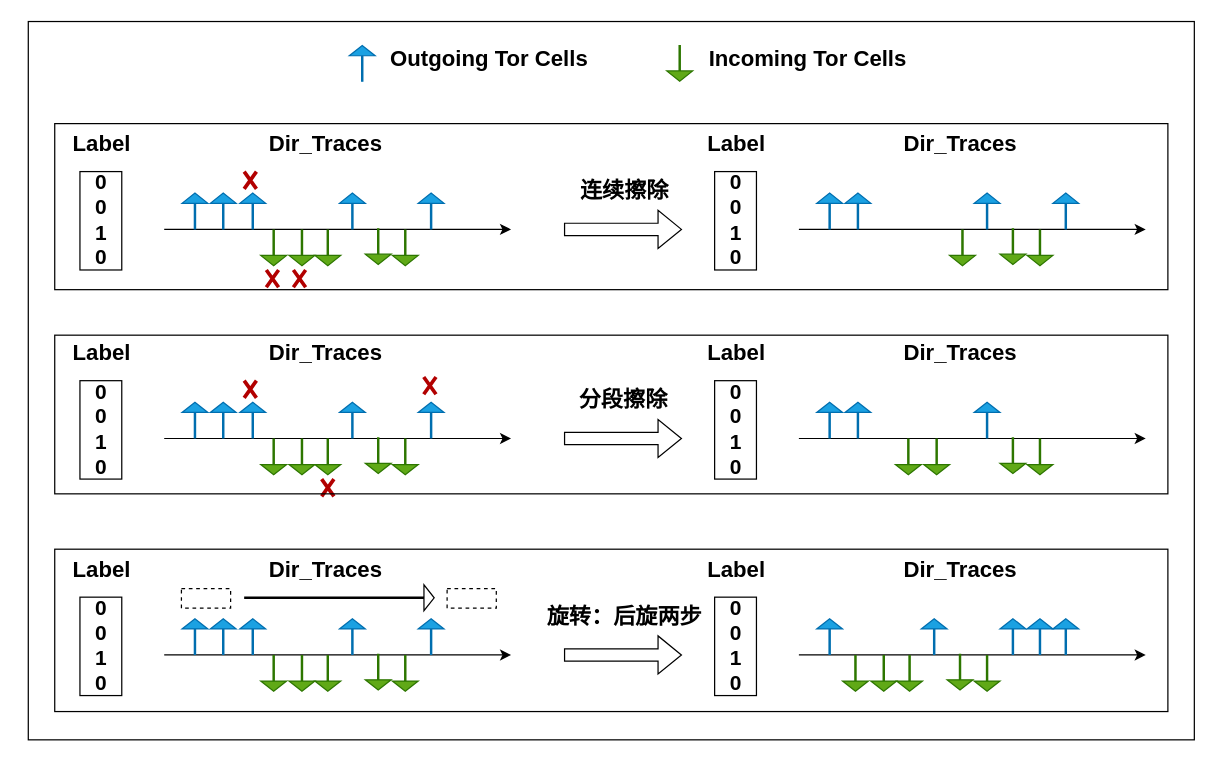
lilang0710/ll keeps this draw.io diagram as 空间数据增强.drawio. Above is the earlier version. Source tidied: cells renumbered, new cells numbered last; positions are measured from the earlier drawing's top-left corner, leaving out a move shared by most shapes. Both pictures are drawn from the tidied source at 123%, with x=0, y=0 at pixel (27, 21).
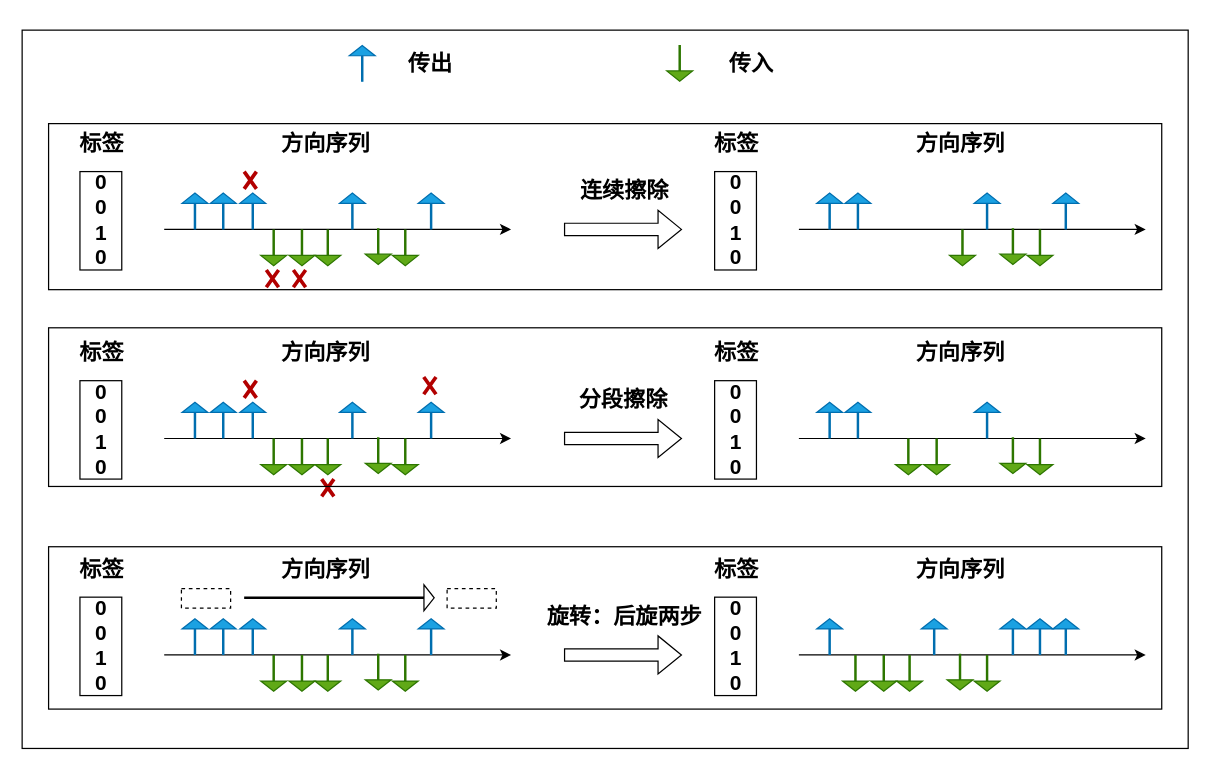
The same diagram, later.

Commit message:
更新空间数据增强.drawio

Change to the diagram source:
```diff
@@
-    <mxCell id="15" value="&lt;font size=&quot;1&quot;&gt;&lt;b&gt;&lt;font style=&quot;font-size: 18px;&quot;&gt;Dir_Traces&lt;/font&gt;&lt;/b&gt;&lt;/font&gt;" style="text;html=1;align=center;verticalAlign=middle;strokeColor=none;fillColor=none;" parent="1" vertex="1">
-      <mxGeometry x="187" y="253" width="110" height="34" as="geometry" />
+    <mxCell id="15" value="&lt;font size=&quot;1&quot;&gt;&lt;b&gt;&lt;font style=&quot;font-size: 18px;&quot;&gt;方向序列&lt;/font&gt;&lt;/b&gt;&lt;/font&gt;" style="text;html=1;align=center;verticalAlign=middle;strokeColor=none;fillColor=none;" parent="1" vertex="1">
+      <mxGeometry x="197" y="253" width="90" height="34" as="geometry" />
     </mxCell>
-    <mxCell id="16" value="&lt;font size=&quot;1&quot;&gt;&lt;b&gt;&lt;font style=&quot;font-size: 18px;&quot;&gt;Label&lt;/font&gt;&lt;/b&gt;&lt;/font&gt;" style="text;html=1;align=center;verticalAlign=middle;strokeColor=none;fillColor=none;" parent="1" vertex="1">
-      <mxGeometry x="27" y="253" width="65" height="34" as="geometry" />
+    <mxCell id="16" value="&lt;font size=&quot;1&quot;&gt;&lt;b&gt;&lt;font style=&quot;font-size: 18px;&quot;&gt;标签&lt;/font&gt;&lt;/b&gt;&lt;/font&gt;" style="text;html=1;align=center;verticalAlign=middle;strokeColor=none;fillColor=none;" parent="1" vertex="1">
+      <mxGeometry x="33" y="253" width="54" height="34" as="geometry" />
     </mxCell>
@@
-    <mxCell id="29" value="&lt;font size=&quot;1&quot;&gt;&lt;b&gt;&lt;font style=&quot;font-size: 18px;&quot;&gt;Dir_Traces&lt;/font&gt;&lt;/b&gt;&lt;/font&gt;" style="text;html=1;align=center;verticalAlign=middle;strokeColor=none;fillColor=none;" parent="1" vertex="1">
-      <mxGeometry x="703" y="253" width="110" height="34" as="geometry" />
+    <mxCell id="29" value="&lt;font size=&quot;1&quot;&gt;&lt;b&gt;&lt;font style=&quot;font-size: 18px;&quot;&gt;方向序列&lt;/font&gt;&lt;/b&gt;&lt;/font&gt;" style="text;html=1;align=center;verticalAlign=middle;strokeColor=none;fillColor=none;" parent="1" vertex="1">
+      <mxGeometry x="713" y="253" width="90" height="34" as="geometry" />
     </mxCell>
-    <mxCell id="30" value="&lt;font size=&quot;1&quot;&gt;&lt;b&gt;&lt;font style=&quot;font-size: 18px;&quot;&gt;Label&lt;/font&gt;&lt;/b&gt;&lt;/font&gt;" style="text;html=1;align=center;verticalAlign=middle;strokeColor=none;fillColor=none;" parent="1" vertex="1">
-      <mxGeometry x="543" y="253" width="65" height="34" as="geometry" />
+    <mxCell id="30" value="&lt;font size=&quot;1&quot;&gt;&lt;b&gt;&lt;font style=&quot;font-size: 18px;&quot;&gt;标签&lt;/font&gt;&lt;/b&gt;&lt;/font&gt;" style="text;html=1;align=center;verticalAlign=middle;strokeColor=none;fillColor=none;" parent="1" vertex="1">
+      <mxGeometry x="549" y="253" width="54" height="34" as="geometry" />
     </mxCell>
@@
-    <mxCell id="45" value="&lt;font size=&quot;1&quot;&gt;&lt;b&gt;&lt;font style=&quot;font-size: 18px;&quot;&gt;Dir_Traces&lt;/font&gt;&lt;/b&gt;&lt;/font&gt;" style="text;html=1;align=center;verticalAlign=middle;strokeColor=none;fillColor=none;" parent="1" vertex="1">
-      <mxGeometry x="187" y="83" width="110" height="34" as="geometry" />
+    <mxCell id="45" value="&lt;font size=&quot;1&quot;&gt;&lt;b&gt;&lt;font style=&quot;font-size: 18px;&quot;&gt;方向序列&lt;/font&gt;&lt;/b&gt;&lt;/font&gt;" style="text;html=1;align=center;verticalAlign=middle;strokeColor=none;fillColor=none;" parent="1" vertex="1">
+      <mxGeometry x="197" y="83" width="90" height="34" as="geometry" />
     </mxCell>
-    <mxCell id="46" value="&lt;font size=&quot;1&quot;&gt;&lt;b&gt;&lt;font style=&quot;font-size: 18px;&quot;&gt;Label&lt;/font&gt;&lt;/b&gt;&lt;/font&gt;" style="text;html=1;align=center;verticalAlign=middle;strokeColor=none;fillColor=none;" parent="1" vertex="1">
-      <mxGeometry x="27" y="83" width="65" height="34" as="geometry" />
+    <mxCell id="46" value="&lt;font size=&quot;1&quot;&gt;&lt;b&gt;&lt;font style=&quot;font-size: 18px;&quot;&gt;标签&lt;/font&gt;&lt;/b&gt;&lt;/font&gt;" style="text;html=1;align=center;verticalAlign=middle;strokeColor=none;fillColor=none;" parent="1" vertex="1">
+      <mxGeometry x="33" y="83" width="54" height="34" as="geometry" />
     </mxCell>
@@
-    <mxCell id="58" value="&lt;font size=&quot;1&quot;&gt;&lt;b&gt;&lt;font style=&quot;font-size: 18px;&quot;&gt;Dir_Traces&lt;/font&gt;&lt;/b&gt;&lt;/font&gt;" style="text;html=1;align=center;verticalAlign=middle;strokeColor=none;fillColor=none;" parent="1" vertex="1">
-      <mxGeometry x="703" y="83" width="110" height="34" as="geometry" />
+    <mxCell id="58" value="&lt;font size=&quot;1&quot;&gt;&lt;b&gt;&lt;font style=&quot;font-size: 18px;&quot;&gt;方向序列&lt;/font&gt;&lt;/b&gt;&lt;/font&gt;" style="text;html=1;align=center;verticalAlign=middle;strokeColor=none;fillColor=none;" parent="1" vertex="1">
+      <mxGeometry x="713" y="83" width="90" height="34" as="geometry" />
     </mxCell>
-    <mxCell id="59" value="&lt;font size=&quot;1&quot;&gt;&lt;b&gt;&lt;font style=&quot;font-size: 18px;&quot;&gt;Label&lt;/font&gt;&lt;/b&gt;&lt;/font&gt;" style="text;html=1;align=center;verticalAlign=middle;strokeColor=none;fillColor=none;" parent="1" vertex="1">
-      <mxGeometry x="543" y="83" width="65" height="34" as="geometry" />
+    <mxCell id="59" value="&lt;font size=&quot;1&quot;&gt;&lt;b&gt;&lt;font style=&quot;font-size: 18px;&quot;&gt;标签&lt;/font&gt;&lt;/b&gt;&lt;/font&gt;" style="text;html=1;align=center;verticalAlign=middle;strokeColor=none;fillColor=none;" parent="1" vertex="1">
+      <mxGeometry x="549" y="83" width="54" height="34" as="geometry" />
     </mxCell>
@@
-    <mxCell id="74" value="&lt;font size=&quot;1&quot;&gt;&lt;b&gt;&lt;font style=&quot;font-size: 18px;&quot;&gt;Dir_Traces&lt;/font&gt;&lt;/b&gt;&lt;/font&gt;" style="text;html=1;align=center;verticalAlign=middle;strokeColor=none;fillColor=none;" parent="1" vertex="1">
-      <mxGeometry x="187" y="429" width="110" height="34" as="geometry" />
+    <mxCell id="74" value="&lt;font size=&quot;1&quot;&gt;&lt;b&gt;&lt;font style=&quot;font-size: 18px;&quot;&gt;方向序列&lt;/font&gt;&lt;/b&gt;&lt;/font&gt;" style="text;html=1;align=center;verticalAlign=middle;strokeColor=none;fillColor=none;" parent="1" vertex="1">
+      <mxGeometry x="197" y="429" width="90" height="34" as="geometry" />
     </mxCell>
-    <mxCell id="75" value="&lt;font size=&quot;1&quot;&gt;&lt;b&gt;&lt;font style=&quot;font-size: 18px;&quot;&gt;Label&lt;/font&gt;&lt;/b&gt;&lt;/font&gt;" style="text;html=1;align=center;verticalAlign=middle;strokeColor=none;fillColor=none;" parent="1" vertex="1">
-      <mxGeometry x="27" y="429" width="65" height="34" as="geometry" />
+    <mxCell id="75" value="&lt;font size=&quot;1&quot;&gt;&lt;b&gt;&lt;font style=&quot;font-size: 18px;&quot;&gt;标签&lt;/font&gt;&lt;/b&gt;&lt;/font&gt;" style="text;html=1;align=center;verticalAlign=middle;strokeColor=none;fillColor=none;" parent="1" vertex="1">
+      <mxGeometry x="33" y="429" width="54" height="34" as="geometry" />
     </mxCell>
@@
-    <mxCell id="88" value="&lt;font size=&quot;1&quot;&gt;&lt;b&gt;&lt;font style=&quot;font-size: 18px;&quot;&gt;Dir_Traces&lt;/font&gt;&lt;/b&gt;&lt;/font&gt;" style="text;html=1;align=center;verticalAlign=middle;strokeColor=none;fillColor=none;" parent="1" vertex="1">
-      <mxGeometry x="703" y="429" width="110" height="34" as="geometry" />
+    <mxCell id="88" value="&lt;font size=&quot;1&quot;&gt;&lt;b&gt;&lt;font style=&quot;font-size: 18px;&quot;&gt;方向序列&lt;/font&gt;&lt;/b&gt;&lt;/font&gt;" style="text;html=1;align=center;verticalAlign=middle;strokeColor=none;fillColor=none;" parent="1" vertex="1">
+      <mxGeometry x="713" y="429" width="90" height="34" as="geometry" />
     </mxCell>
-    <mxCell id="89" value="&lt;font size=&quot;1&quot;&gt;&lt;b&gt;&lt;font style=&quot;font-size: 18px;&quot;&gt;Label&lt;/font&gt;&lt;/b&gt;&lt;/font&gt;" style="text;html=1;align=center;verticalAlign=middle;strokeColor=none;fillColor=none;" parent="1" vertex="1">
-      <mxGeometry x="543" y="429" width="65" height="34" as="geometry" />
+    <mxCell id="89" value="&lt;font size=&quot;1&quot;&gt;&lt;b&gt;&lt;font style=&quot;font-size: 18px;&quot;&gt;标签&lt;/font&gt;&lt;/b&gt;&lt;/font&gt;" style="text;html=1;align=center;verticalAlign=middle;strokeColor=none;fillColor=none;" parent="1" vertex="1">
+      <mxGeometry x="549" y="429" width="54" height="34" as="geometry" />
     </mxCell>
@@
     <mxCell id="95" style="rounded=0;whiteSpace=wrap;html=1;fillColor=none;" parent="1" vertex="1">
-      <mxGeometry x="22" y="83" width="905" height="135" as="geometry" />
+      <mxGeometry x="17" y="83" width="905" height="135" as="geometry" />
     </mxCell>
     <mxCell id="96" style="rounded=0;whiteSpace=wrap;html=1;fillColor=none;" parent="1" vertex="1">
-      <mxGeometry x="0.5" width="948" height="584" as="geometry" />
+      <mxGeometry x="-4.5" y="7" width="948" height="584" as="geometry" />
     </mxCell>
@@
-    <mxCell id="99" value="&lt;b&gt;&lt;font style=&quot;font-size: 18px;&quot;&gt;Outgoing Tor Cells&lt;/font&gt;&lt;/b&gt;" style="text;html=1;align=center;verticalAlign=middle;strokeColor=none;fillColor=none;" parent="1" vertex="1">
-      <mxGeometry x="285.4" y="14" width="179" height="34" as="geometry" />
+    <mxCell id="99" value="&lt;b&gt;&lt;font style=&quot;font-size: 18px;&quot;&gt;传出&lt;/font&gt;&lt;/b&gt;" style="text;html=1;align=center;verticalAlign=middle;strokeColor=none;fillColor=none;" parent="1" vertex="1">
+      <mxGeometry x="300" y="18" width="54" height="34" as="geometry" />
     </mxCell>
-    <mxCell id="100" value="&lt;b&gt;&lt;font style=&quot;font-size: 18px;&quot;&gt;Incoming Tor Cells&lt;/font&gt;&lt;/b&gt;" style="text;html=1;align=center;verticalAlign=middle;strokeColor=none;fillColor=none;" parent="1" vertex="1">
-      <mxGeometry x="544.4" y="14" width="179" height="34" as="geometry" />
+    <mxCell id="100" value="&lt;b&gt;&lt;font style=&quot;font-size: 18px;&quot;&gt;传入&lt;/font&gt;&lt;/b&gt;" style="text;html=1;align=center;verticalAlign=middle;strokeColor=none;fillColor=none;" parent="1" vertex="1">
+      <mxGeometry x="561" y="18" width="54" height="34" as="geometry" />
     </mxCell>
     <mxCell id="101" style="rounded=0;whiteSpace=wrap;html=1;fillColor=none;" parent="1" vertex="1">
-      <mxGeometry x="22" y="429" width="905" height="132" as="geometry" />
+      <mxGeometry x="17" y="427" width="905" height="132" as="geometry" />
     </mxCell>
     <mxCell id="102" style="rounded=0;whiteSpace=wrap;html=1;fillColor=none;" parent="1" vertex="1">
-      <mxGeometry x="22" y="255" width="905" height="129" as="geometry" />
+      <mxGeometry x="17" y="249" width="905" height="129" as="geometry" />
     </mxCell>
```
